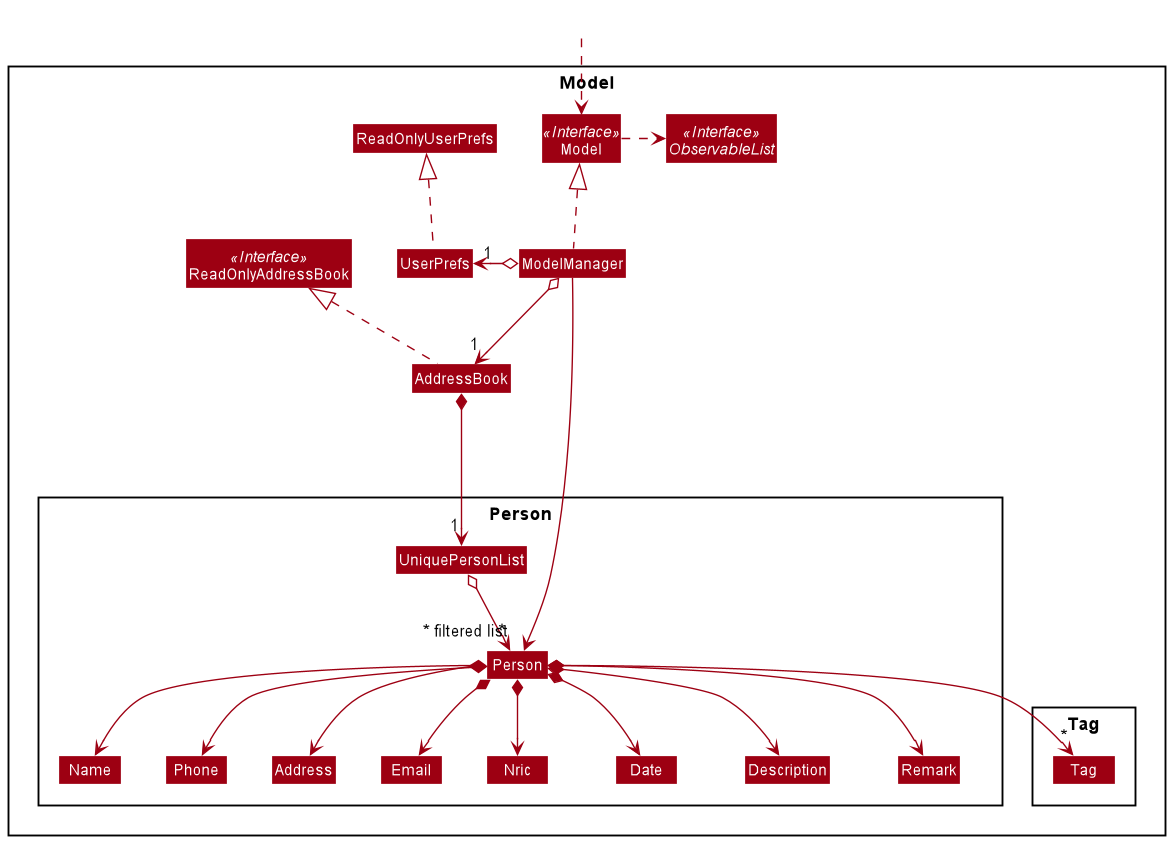
Before: docs/images/ModelClassDiagram.png, a diagram exported from PlantUML (nus-tic4002-AY2021S2/tp2).
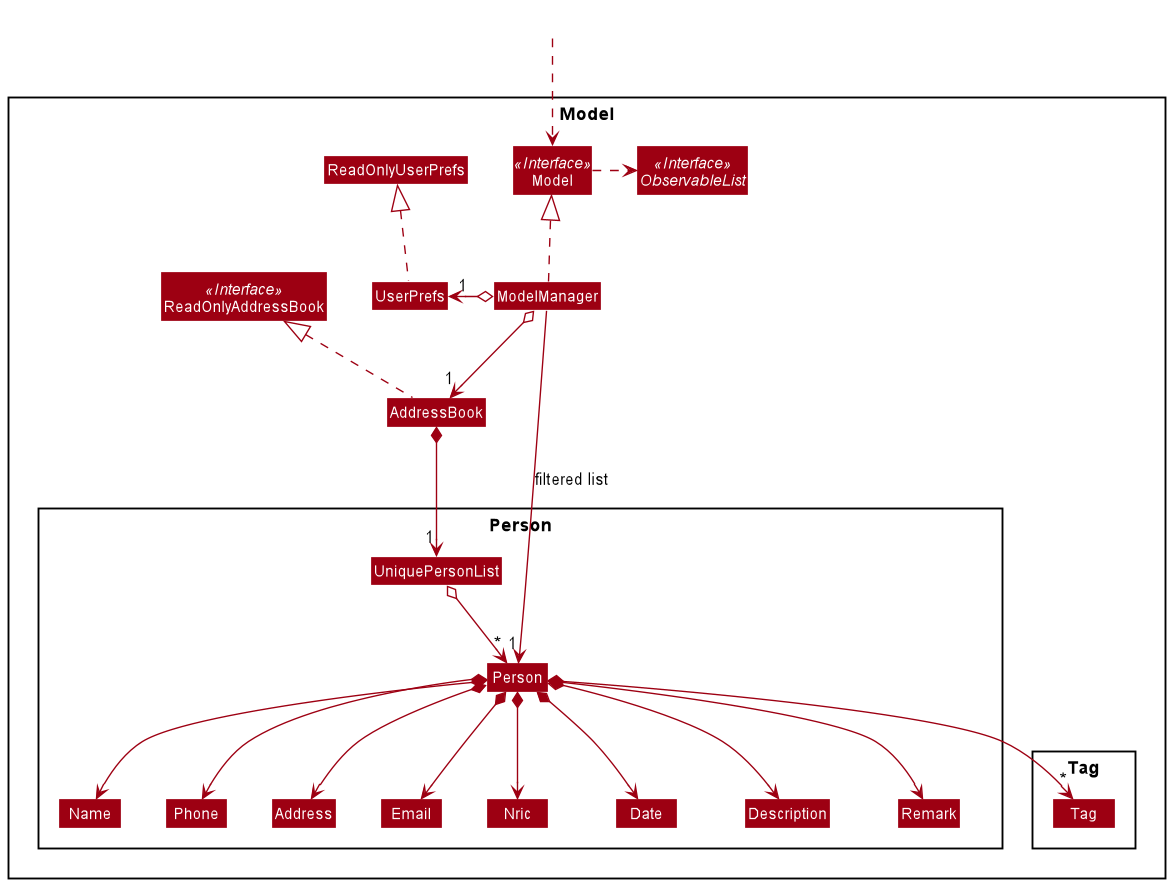
Above is the later version.

Change to the diagram source:
```diff
@@ -64,5 +64,6 @@
 Description-[hidden]right-> Description
 Remark -[hidden]right-> Remark
 
-ModelManager ----->" ~* filtered list" Person
+
+ModelManager -->"1" Person : filtered list
 @enduml
```
